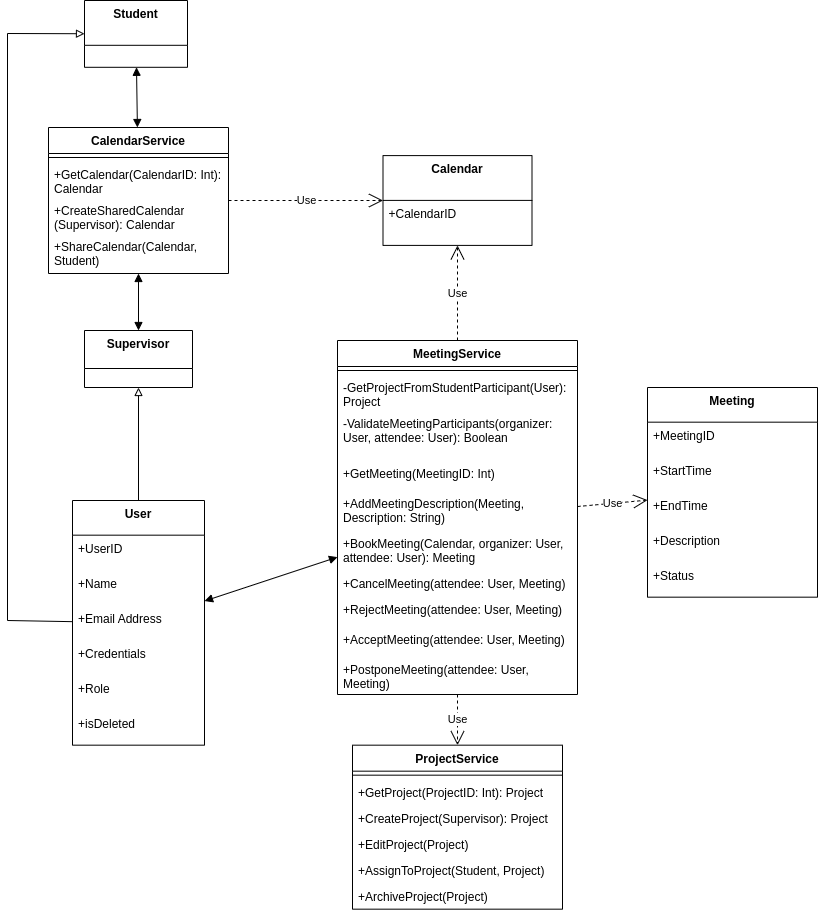
The draw.io diagram UML/Class Diagrams/images/MeetingService Class Diagram.drawio.png in Beginner50/Dissertation, before a commit. Source tidied: cells renumbered, new cells last; positions are measured from the earlier drawing's top-left corner, leaving out a move shared by most shapes.
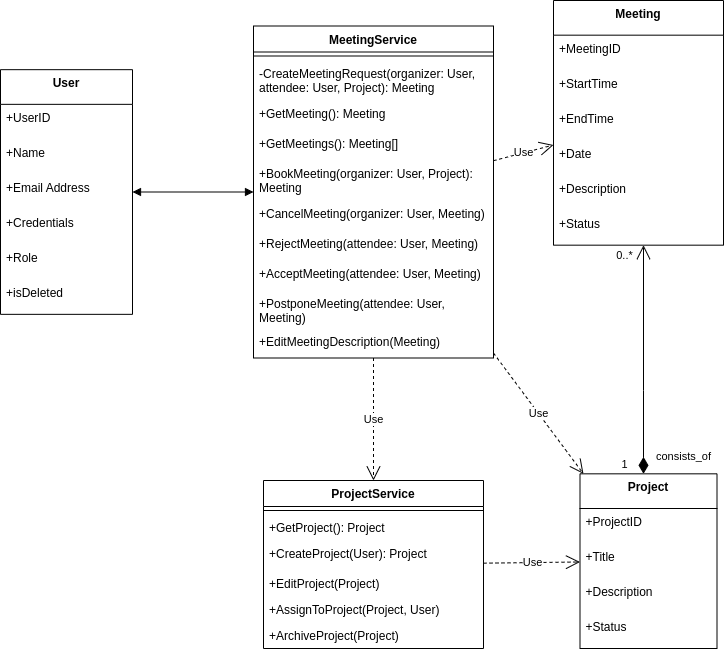
After the commit.

The edit, as a diff of the source:
```diff
@@ -2,20 +2,8 @@
   <root>
     <mxCell id="0" />
     <mxCell id="1" parent="0" />
-    <mxCell id="2" value="Supervisor" style="swimlane;fontStyle=1;align=center;verticalAlign=top;horizontal=1;startSize=38;" parent="1" vertex="1">
-      <mxGeometry x="77" y="330" width="108" height="57" as="geometry" />
-    </mxCell>
-    <mxCell id="3" value="Student" style="swimlane;fontStyle=1;align=center;verticalAlign=top;horizontal=1;startSize=44.8;" parent="1" vertex="1">
-      <mxGeometry x="77" width="103" height="66.8" as="geometry" />
-    </mxCell>
-    <mxCell id="4" value="Calendar" style="swimlane;fontStyle=1;align=center;verticalAlign=top;horizontal=1;startSize=44.8;" parent="1" vertex="1">
-      <mxGeometry x="375.5" y="155.1" width="149" height="89.8" as="geometry" />
-    </mxCell>
-    <mxCell id="5" value="+CalendarID" style="text;strokeColor=none;fillColor=none;align=left;verticalAlign=top;spacingLeft=4;spacingRight=4;overflow=hidden;" parent="4" vertex="1">
-      <mxGeometry y="44.8" width="149" height="45" as="geometry" />
-    </mxCell>
     <mxCell id="6" value="Meeting" style="swimlane;fontStyle=1;align=center;verticalAlign=top;horizontal=1;startSize=34.666666666666664;" parent="1" vertex="1">
-      <mxGeometry x="640" y="387" width="170" height="209.7" as="geometry" />
+      <mxGeometry x="630" y="320" width="170" height="244.7" as="geometry" />
     </mxCell>
     <mxCell id="7" value="+MeetingID" style="text;strokeColor=none;fillColor=none;align=left;verticalAlign=top;spacingLeft=4;spacingRight=4;overflow=hidden;" parent="6" vertex="1">
       <mxGeometry y="34.7" width="170" height="35" as="geometry" />
@@ -26,71 +14,53 @@
     <mxCell id="9" value="+EndTime" style="text;strokeColor=none;fillColor=none;align=left;verticalAlign=top;spacingLeft=4;spacingRight=4;overflow=hidden;" parent="6" vertex="1">
       <mxGeometry y="104.7" width="170" height="35" as="geometry" />
     </mxCell>
+    <mxCell id="51" value="+Date" style="text;strokeColor=none;fillColor=none;align=left;verticalAlign=top;spacingLeft=4;spacingRight=4;overflow=hidden;" parent="6" vertex="1">
+      <mxGeometry y="139.7" width="170" height="35" as="geometry" />
+    </mxCell>
     <mxCell id="10" value="+Description" style="text;strokeColor=none;fillColor=none;align=left;verticalAlign=top;spacingLeft=4;spacingRight=4;overflow=hidden;" parent="6" vertex="1">
-      <mxGeometry y="139.7" width="170" height="35" as="geometry" />
+      <mxGeometry y="174.7" width="170" height="35" as="geometry" />
     </mxCell>
     <mxCell id="11" value="+Status" style="text;strokeColor=none;fillColor=none;align=left;verticalAlign=top;spacingLeft=4;spacingRight=4;overflow=hidden;" parent="6" vertex="1">
-      <mxGeometry y="174.7" width="170" height="35" as="geometry" />
+      <mxGeometry y="209.7" width="170" height="35" as="geometry" />
     </mxCell>
-    <mxCell id="12" value="CalendarService" style="swimlane;fontStyle=1;align=center;verticalAlign=top;horizontal=1;startSize=26;whiteSpace=wrap;html=1;" parent="1" vertex="1">
-      <mxGeometry x="41" y="127" width="180" height="146" as="geometry" />
-    </mxCell>
-    <mxCell id="13" style="line;strokeWidth=1;fillColor=none;align=left;verticalAlign=middle;spacingTop=-1;spacingLeft=3;spacingRight=3;labelPosition=right;strokeColor=inherit;" parent="12" vertex="1">
-      <mxGeometry y="26" width="180" height="8" as="geometry" />
-    </mxCell>
-    <mxCell id="14" value="+GetCalendar(CalendarID: Int): Calendar" style="text;strokeColor=none;fillColor=none;align=left;verticalAlign=top;spacingLeft=4;spacingRight=4;overflow=hidden;whiteSpace=wrap;html=1;" parent="12" vertex="1">
-      <mxGeometry y="34" width="180" height="36" as="geometry" />
-    </mxCell>
-    <mxCell id="15" value="+CreateSharedCalendar&lt;br&gt;(Supervisor): Calendar" style="text;strokeColor=none;fillColor=none;align=left;verticalAlign=top;spacingLeft=4;spacingRight=4;overflow=hidden;whiteSpace=wrap;html=1;" parent="12" vertex="1">
-      <mxGeometry y="70" width="180" height="36" as="geometry" />
-    </mxCell>
-    <mxCell id="16" value="+ShareCalendar(Calendar, Student)" style="text;strokeColor=none;fillColor=none;align=left;verticalAlign=top;spacingLeft=4;spacingRight=4;overflow=hidden;whiteSpace=wrap;html=1;" parent="12" vertex="1">
-      <mxGeometry y="106" width="180" height="40" as="geometry" />
-    </mxCell>
     <mxCell id="17" value="MeetingService" style="swimlane;fontStyle=1;align=center;verticalAlign=top;horizontal=1;startSize=26;whiteSpace=wrap;html=1;" parent="1" vertex="1">
-      <mxGeometry x="330" y="340" width="240" height="354" as="geometry" />
+      <mxGeometry x="330" y="345.5" width="240" height="332" as="geometry" />
     </mxCell>
     <mxCell id="18" style="line;strokeWidth=1;fillColor=none;align=left;verticalAlign=middle;spacingTop=-1;spacingLeft=3;spacingRight=3;labelPosition=right;strokeColor=inherit;" parent="17" vertex="1">
       <mxGeometry y="26" width="240" height="8" as="geometry" />
     </mxCell>
-    <mxCell id="19" value="-GetProjectFromStudentParticipant(User): Project" style="text;strokeColor=none;fillColor=none;align=left;verticalAlign=top;spacingLeft=4;spacingRight=4;overflow=hidden;whiteSpace=wrap;html=1;" parent="17" vertex="1">
-      <mxGeometry y="34" width="240" height="36" as="geometry" />
-    </mxCell>
-    <mxCell id="20" value="-ValidateMeetingParticipants(organizer: User, attendee: User): Boolean" style="text;strokeColor=none;fillColor=none;align=left;verticalAlign=top;spacingLeft=4;spacingRight=4;overflow=hidden;whiteSpace=wrap;html=1;" parent="17" vertex="1">
-      <mxGeometry y="70" width="240" height="50" as="geometry" />
-    </mxCell>
+    <mxCell id="52" value="-CreateMeetingRequest(organizer: User, attendee: User, Project): Meeting" style="text;strokeColor=none;fillColor=none;align=left;verticalAlign=top;spacingLeft=4;spacingRight=4;overflow=hidden;whiteSpace=wrap;html=1;" parent="17" vertex="1">
+      <mxGeometry y="34" width="240" height="40" as="geometry" />
+    </mxCell>
-    <mxCell id="21" value="+GetMeeting(MeetingID: Int)" style="text;strokeColor=none;fillColor=none;align=left;verticalAlign=top;spacingLeft=4;spacingRight=4;overflow=hidden;whiteSpace=wrap;html=1;" parent="17" vertex="1">
-      <mxGeometry y="120" width="240" height="30" as="geometry" />
+    <mxCell id="21" value="+GetMeeting(): Meeting" style="text;strokeColor=none;fillColor=none;align=left;verticalAlign=top;spacingLeft=4;spacingRight=4;overflow=hidden;whiteSpace=wrap;html=1;" parent="17" vertex="1">
+      <mxGeometry y="74" width="240" height="30" as="geometry" />
     </mxCell>
-    <mxCell id="22" value="+AddMeetingDescription(Meeting, Description: String)" style="text;strokeColor=none;fillColor=none;align=left;verticalAlign=top;spacingLeft=4;spacingRight=4;overflow=hidden;whiteSpace=wrap;html=1;" parent="17" vertex="1">
-      <mxGeometry y="150" width="240" height="40" as="geometry" />
-    </mxCell>
+    <mxCell id="53" value="+GetMeetings(): Meeting[]" style="text;strokeColor=none;fillColor=none;align=left;verticalAlign=top;spacingLeft=4;spacingRight=4;overflow=hidden;whiteSpace=wrap;html=1;" parent="17" vertex="1">
+      <mxGeometry y="104" width="240" height="30" as="geometry" />
+    </mxCell>
-    <mxCell id="23" value="+BookMeeting(Calendar, organizer: User, attendee: User): Meeting" style="text;strokeColor=none;fillColor=none;align=left;verticalAlign=top;spacingLeft=4;spacingRight=4;overflow=hidden;whiteSpace=wrap;html=1;" parent="17" vertex="1">
-      <mxGeometry y="190" width="240" height="40" as="geometry" />
+    <mxCell id="23" value="+BookMeeting(organizer: User, Project): Meeting" style="text;strokeColor=none;fillColor=none;align=left;verticalAlign=top;spacingLeft=4;spacingRight=4;overflow=hidden;whiteSpace=wrap;html=1;" parent="17" vertex="1">
+      <mxGeometry y="134" width="240" height="40" as="geometry" />
     </mxCell>
-    <mxCell id="24" value="+CancelMeeting(attendee: User, Meeting)" style="text;strokeColor=none;fillColor=none;align=left;verticalAlign=top;spacingLeft=4;spacingRight=4;overflow=hidden;whiteSpace=wrap;html=1;" parent="17" vertex="1">
-      <mxGeometry y="230" width="240" height="26" as="geometry" />
-    </mxCell>
+    <mxCell id="54" value="+CancelMeeting(organizer: User, Meeting)" style="text;strokeColor=none;fillColor=none;align=left;verticalAlign=top;spacingLeft=4;spacingRight=4;overflow=hidden;whiteSpace=wrap;html=1;" parent="17" vertex="1">
+      <mxGeometry y="174" width="240" height="30" as="geometry" />
+    </mxCell>
     <mxCell id="25" value="+RejectMeeting(attendee: User, Meeting)" style="text;strokeColor=none;fillColor=none;align=left;verticalAlign=top;spacingLeft=4;spacingRight=4;overflow=hidden;whiteSpace=wrap;html=1;" parent="17" vertex="1">
-      <mxGeometry y="256" width="240" height="30" as="geometry" />
+      <mxGeometry y="204" width="240" height="30" as="geometry" />
     </mxCell>
     <mxCell id="26" value="+AcceptMeeting(attendee: User, Meeting)" style="text;strokeColor=none;fillColor=none;align=left;verticalAlign=top;spacingLeft=4;spacingRight=4;overflow=hidden;whiteSpace=wrap;html=1;" parent="17" vertex="1">
-      <mxGeometry y="286" width="240" height="30" as="geometry" />
+      <mxGeometry y="234" width="240" height="30" as="geometry" />
     </mxCell>
     <mxCell id="27" value="+PostponeMeeting(attendee: User, Meeting)" style="text;strokeColor=none;fillColor=none;align=left;verticalAlign=top;spacingLeft=4;spacingRight=4;overflow=hidden;whiteSpace=wrap;html=1;" parent="17" vertex="1">
-      <mxGeometry y="316" width="240" height="38" as="geometry" />
+      <mxGeometry y="264" width="240" height="38" as="geometry" />
     </mxCell>
-    <mxCell id="28" value="Use" style="endArrow=open;endSize=12;dashed=1;html=1;rounded=0;" parent="1" edge="1" source="12" target="4">
-      <mxGeometry relative="1" as="geometry" />
-    </mxCell>
-    <mxCell id="29" value="Use" style="endArrow=open;endSize=12;dashed=1;html=1;rounded=0;" parent="1" edge="1" source="17" target="4">
-      <mxGeometry relative="1" as="geometry" />
-    </mxCell>
+    <mxCell id="22" value="+EditMeetingDescription(Meeting)" style="text;strokeColor=none;fillColor=none;align=left;verticalAlign=top;spacingLeft=4;spacingRight=4;overflow=hidden;whiteSpace=wrap;html=1;" parent="17" vertex="1">
+      <mxGeometry y="302" width="240" height="30" as="geometry" />
+    </mxCell>
     <mxCell id="30" value="Use" style="endArrow=open;endSize=12;dashed=1;html=1;rounded=0;" parent="1" edge="1" source="17" target="6">
       <mxGeometry relative="1" as="geometry" />
     </mxCell>
     <mxCell id="31" value="User" style="swimlane;fontStyle=1;align=center;verticalAlign=top;horizontal=1;startSize=34.666666666666664;" parent="1" vertex="1">
-      <mxGeometry x="65" y="500" width="132" height="244.7" as="geometry" />
+      <mxGeometry x="77" y="389.2" width="132" height="244.7" as="geometry" />
     </mxCell>
     <mxCell id="32" value="+UserID" style="text;strokeColor=none;fillColor=none;align=left;verticalAlign=top;spacingLeft=4;spacingRight=4;overflow=hidden;" parent="31" vertex="1">
       <mxGeometry y="34.7" width="132" height="35" as="geometry" />
@@ -110,49 +80,71 @@
     <mxCell id="37" value="+isDeleted" style="text;strokeColor=none;fillColor=none;align=left;verticalAlign=top;spacingLeft=4;spacingRight=4;overflow=hidden;" parent="31" vertex="1">
       <mxGeometry y="209.7" width="132" height="35" as="geometry" />
     </mxCell>
-    <mxCell id="38" style="endArrow=block;html=1;rounded=0;startArrow=none;startFill=0;endFill=0;" parent="1" edge="1" source="31" target="3">
-      <mxGeometry relative="1" as="geometry">
-        <Array as="points">
-          <mxPoint y="620" />
-          <mxPoint y="33" />
-        </Array>
-      </mxGeometry>
-    </mxCell>
-    <mxCell id="39" style="endArrow=block;html=1;rounded=0;endFill=0;" parent="1" edge="1" source="31" target="2">
-      <mxGeometry relative="1" as="geometry" />
-    </mxCell>
-    <mxCell id="40" style="endArrow=block;startArrow=block;endFill=1;startFill=1;html=1;rounded=0;" parent="1" edge="1" source="12" target="3">
-      <mxGeometry relative="1" as="geometry" />
-    </mxCell>
-    <mxCell id="41" style="endArrow=block;startArrow=block;endFill=1;startFill=1;html=1;rounded=0;" parent="1" edge="1" source="2" target="12">
-      <mxGeometry relative="1" as="geometry" />
-    </mxCell>
     <mxCell id="42" style="endArrow=block;startArrow=block;endFill=1;startFill=1;html=1;rounded=0;" parent="1" edge="1" source="17" target="31">
       <mxGeometry relative="1" as="geometry" />
     </mxCell>
     <mxCell id="43" value="ProjectService" style="swimlane;fontStyle=1;align=center;verticalAlign=top;horizontal=1;startSize=26;whiteSpace=wrap;html=1;" parent="1" vertex="1">
-      <mxGeometry x="345" y="744.7" width="210" height="164" as="geometry" />
+      <mxGeometry x="340" y="800" width="220" height="168" as="geometry" />
     </mxCell>
-    <mxCell id="44" style="line;strokeWidth=1;fillColor=none;align=left;verticalAlign=middle;spacingTop=-1;spacingLeft=3;spacingRight=3;labelPosition=right;strokeColor=inherit;" parent="43" vertex="1">
-      <mxGeometry y="26" width="210" height="8" as="geometry" />
-    </mxCell>
-    <mxCell id="45" value="+GetProject(ProjectID: Int): Project" style="text;strokeColor=none;fillColor=none;align=left;verticalAlign=top;spacingLeft=4;spacingRight=4;overflow=hidden;whiteSpace=wrap;html=1;" parent="43" vertex="1">
-      <mxGeometry y="34" width="210" height="26" as="geometry" />
-    </mxCell>
-    <mxCell id="46" value="+CreateProject(Supervisor): Project" style="text;strokeColor=none;fillColor=none;align=left;verticalAlign=top;spacingLeft=4;spacingRight=4;overflow=hidden;whiteSpace=wrap;html=1;" parent="43" vertex="1">
-      <mxGeometry y="60" width="210" height="26" as="geometry" />
-    </mxCell>
+    <mxCell id="55" style="line;strokeWidth=1;fillColor=none;align=left;verticalAlign=middle;spacingTop=-1;spacingLeft=3;spacingRight=3;labelPosition=right;strokeColor=inherit;" parent="43" vertex="1">
+      <mxGeometry y="26" width="220" height="8" as="geometry" />
+    </mxCell>
+    <mxCell id="56" value="+GetProject(): Project" style="text;strokeColor=none;fillColor=none;align=left;verticalAlign=top;spacingLeft=4;spacingRight=4;overflow=hidden;whiteSpace=wrap;html=1;" parent="43" vertex="1">
+      <mxGeometry y="34" width="220" height="26" as="geometry" />
+    </mxCell>
+    <mxCell id="57" value="+CreateProject(User): Project" style="text;strokeColor=none;fillColor=none;align=left;verticalAlign=top;spacingLeft=4;spacingRight=4;overflow=hidden;whiteSpace=wrap;html=1;" parent="43" vertex="1">
+      <mxGeometry y="60" width="220" height="30" as="geometry" />
+    </mxCell>
     <mxCell id="47" value="+EditProject(Project)" style="text;strokeColor=none;fillColor=none;align=left;verticalAlign=top;spacingLeft=4;spacingRight=4;overflow=hidden;whiteSpace=wrap;html=1;" parent="43" vertex="1">
-      <mxGeometry y="86" width="210" height="26" as="geometry" />
+      <mxGeometry y="90" width="220" height="26" as="geometry" />
     </mxCell>
-    <mxCell id="48" value="+AssignToProject(Student, Project)" style="text;strokeColor=none;fillColor=none;align=left;verticalAlign=top;spacingLeft=4;spacingRight=4;overflow=hidden;whiteSpace=wrap;html=1;" parent="43" vertex="1">
-      <mxGeometry y="112" width="210" height="26" as="geometry" />
-    </mxCell>
+    <mxCell id="58" value="+AssignToProject(Project, User)" style="text;strokeColor=none;fillColor=none;align=left;verticalAlign=top;spacingLeft=4;spacingRight=4;overflow=hidden;whiteSpace=wrap;html=1;" parent="43" vertex="1">
+      <mxGeometry y="116" width="220" height="26" as="geometry" />
+    </mxCell>
     <mxCell id="49" value="+ArchiveProject(Project)" style="text;strokeColor=none;fillColor=none;align=left;verticalAlign=top;spacingLeft=4;spacingRight=4;overflow=hidden;whiteSpace=wrap;html=1;" parent="43" vertex="1">
-      <mxGeometry y="138" width="210" height="26" as="geometry" />
+      <mxGeometry y="142" width="220" height="26" as="geometry" />
     </mxCell>
     <mxCell id="50" value="Use" style="endArrow=open;endSize=12;dashed=1;html=1;rounded=0;" parent="1" edge="1" source="17" target="43">
       <mxGeometry relative="1" as="geometry" />
     </mxCell>
+    <mxCell id="59" value="Project" style="swimlane;fontStyle=1;align=center;verticalAlign=top;horizontal=1;startSize=34.666666666666664;" parent="1" vertex="1">
+      <mxGeometry x="656.5" y="793.3" width="137" height="174.7" as="geometry" />
+    </mxCell>
+    <mxCell id="60" value="+ProjectID" style="text;strokeColor=none;fillColor=none;align=left;verticalAlign=top;spacingLeft=4;spacingRight=4;overflow=hidden;" parent="59" vertex="1">
+      <mxGeometry y="34.7" width="137" height="35" as="geometry" />
+    </mxCell>
+    <mxCell id="61" value="+Title" style="text;strokeColor=none;fillColor=none;align=left;verticalAlign=top;spacingLeft=4;spacingRight=4;overflow=hidden;" parent="59" vertex="1">
+      <mxGeometry y="69.7" width="137" height="35" as="geometry" />
+    </mxCell>
+    <mxCell id="62" value="+Description" style="text;strokeColor=none;fillColor=none;align=left;verticalAlign=top;spacingLeft=4;spacingRight=4;overflow=hidden;" parent="59" vertex="1">
+      <mxGeometry y="104.7" width="137" height="35" as="geometry" />
+    </mxCell>
+    <mxCell id="63" value="+Status" style="text;strokeColor=none;fillColor=none;align=left;verticalAlign=top;spacingLeft=4;spacingRight=4;overflow=hidden;" parent="59" vertex="1">
+      <mxGeometry y="139.7" width="137" height="35" as="geometry" />
+    </mxCell>
+    <mxCell id="64" value="Use" style="endArrow=open;endSize=12;dashed=1;html=1;rounded=0;" parent="1" edge="1" source="43" target="59">
+      <mxGeometry relative="1" as="geometry" />
+    </mxCell>
+    <mxCell id="65" value="Use" style="endArrow=open;endSize=12;dashed=1;html=1;rounded=0;" parent="1" edge="1" source="17" target="59">
+      <mxGeometry relative="1" as="geometry" />
+    </mxCell>
+    <mxCell id="66" value="consists_of" style="endArrow=open;html=1;endSize=12;startArrow=diamondThin;startSize=14;startFill=1;edgeStyle=orthogonalEdgeStyle;rounded=0;" parent="1" edge="1" source="59" target="6">
+      <mxGeometry x="-0.85" y="-40" relative="1" as="geometry">
+        <Array as="points">
+          <mxPoint x="720" y="710" />
+          <mxPoint x="720" y="710" />
+        </Array>
+      </mxGeometry>
+    </mxCell>
+    <mxCell id="67" value="1" style="edgeLabel;html=1;align=center;verticalAlign=middle;labelPosition=center;verticalLabelPosition=middle;" parent="66" vertex="1">
+      <mxGeometry x="-1" relative="1" as="geometry">
+        <mxPoint x="-20" y="-10" as="offset" />
+      </mxGeometry>
+    </mxCell>
+    <mxCell id="68" value="0..*" style="edgeLabel;html=1;align=center;verticalAlign=middle;labelPosition=center;verticalLabelPosition=middle;" parent="66" vertex="1">
+      <mxGeometry x="1" relative="1" as="geometry">
+        <mxPoint x="-20" y="10" as="offset" />
+      </mxGeometry>
+    </mxCell>
   </root>
 </mxGraphModel>
```
